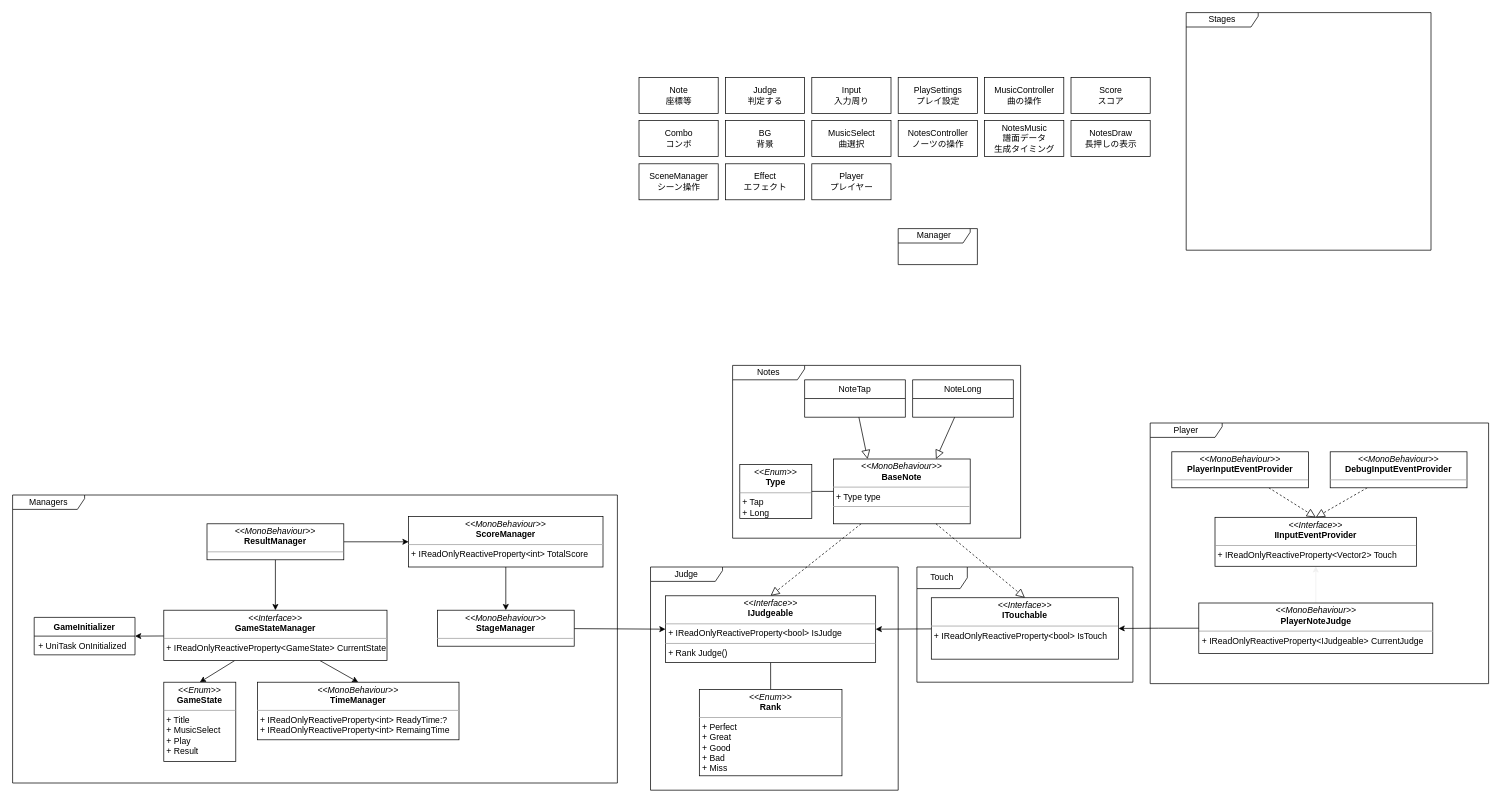
Earlier version of the draw.io diagram Assets/Ringtone/Documents~/Ringtone.drawio (eorfeorf/Ringtone). Source tidied: cells renumbered, new cells numbered last; positions are measured from the earlier drawing's top-left corner, leaving out a move shared by most shapes. Both pictures are drawn from the tidied source at 72%, with x=0, y=0 at pixel (12, 12).
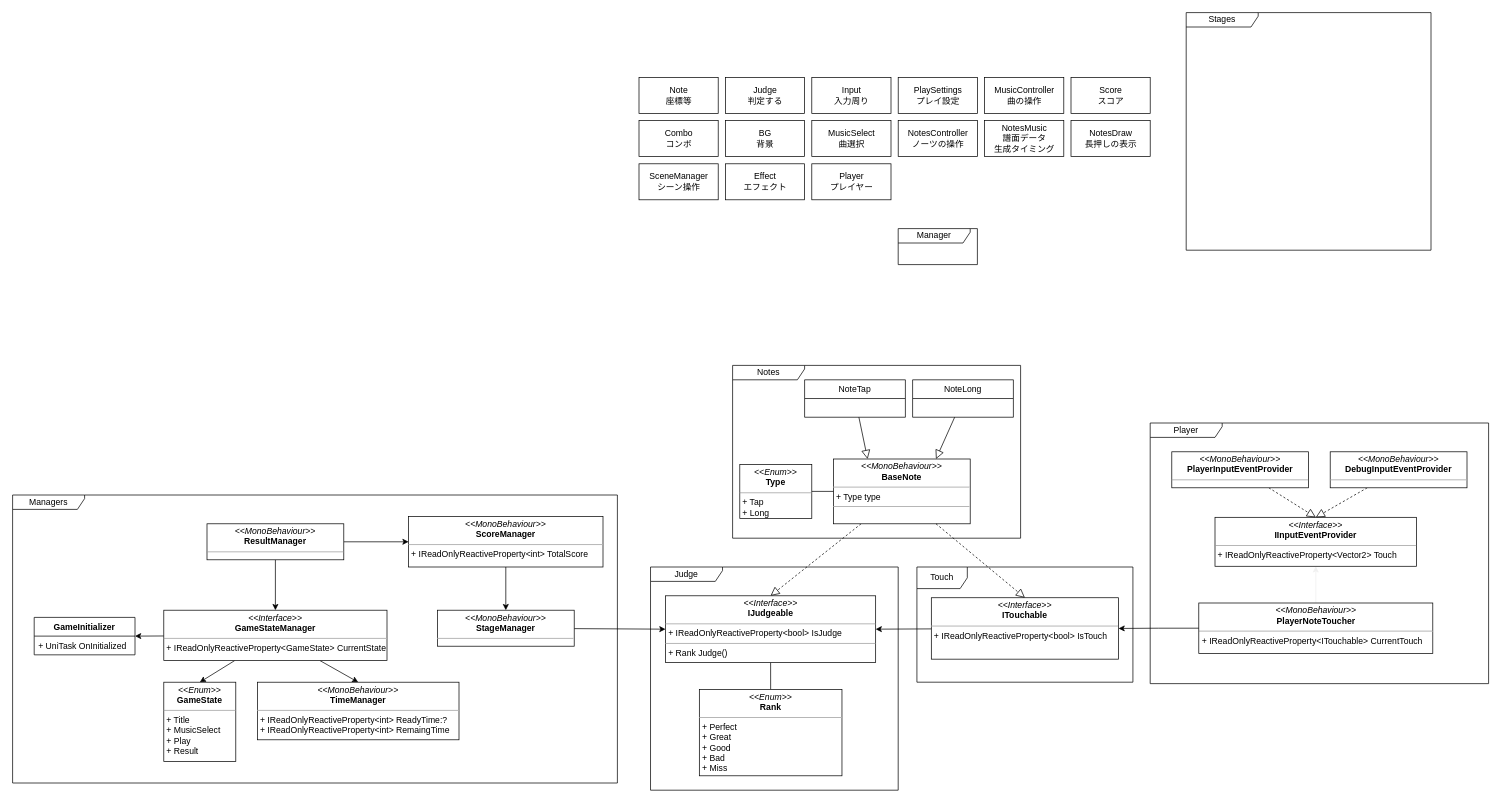
The same diagram, later.

Commit message:
PlayerNoteJudgeからPlayerNoteToucherに変更

The change refers to these unchanged cells:
```xml
<mxCell id="46" style="group;" parent="1" vertex="1">
  <mxGeometry x="1580" y="570" width="470" height="362" as="geometry" />
</mxCell>
```

What changed in the source:
```diff
@@
-    <mxCell id="54" value="&lt;p style=&quot;margin: 0px ; margin-top: 4px ; text-align: center&quot;&gt;&lt;i&gt;&amp;lt;&amp;lt;MonoBehaviour&amp;gt;&amp;gt;&lt;/i&gt;&lt;br&gt;&lt;b&gt;PlayerNoteJudge&lt;/b&gt;&lt;/p&gt;&lt;hr size=&quot;1&quot;&gt;&lt;p style=&quot;margin: 0px ; margin-left: 4px&quot;&gt;+ IReadOnlyReactiveProperty&amp;lt;IJudgeable&amp;gt; CurrentJudge&lt;br&gt;&lt;/p&gt;" style="verticalAlign=top;align=left;overflow=fill;fontSize=12;fontFamily=Helvetica;html=1;" parent="46" vertex="1">
+    <mxCell id="54" value="&lt;p style=&quot;margin: 0px ; margin-top: 4px ; text-align: center&quot;&gt;&lt;i&gt;&amp;lt;&amp;lt;MonoBehaviour&amp;gt;&amp;gt;&lt;/i&gt;&lt;br&gt;&lt;b&gt;PlayerNoteToucher&lt;/b&gt;&lt;/p&gt;&lt;hr size=&quot;1&quot;&gt;&lt;p style=&quot;margin: 0px ; margin-left: 4px&quot;&gt;+ IReadOnlyReactiveProperty&amp;lt;ITouchable&amp;gt; CurrentTouch&lt;br&gt;&lt;/p&gt;" style="verticalAlign=top;align=left;overflow=fill;fontSize=12;fontFamily=Helvetica;html=1;" parent="46" vertex="1">
       <mxGeometry x="67.5" y="250" width="325" height="70" as="geometry" />
     </mxCell>
```
